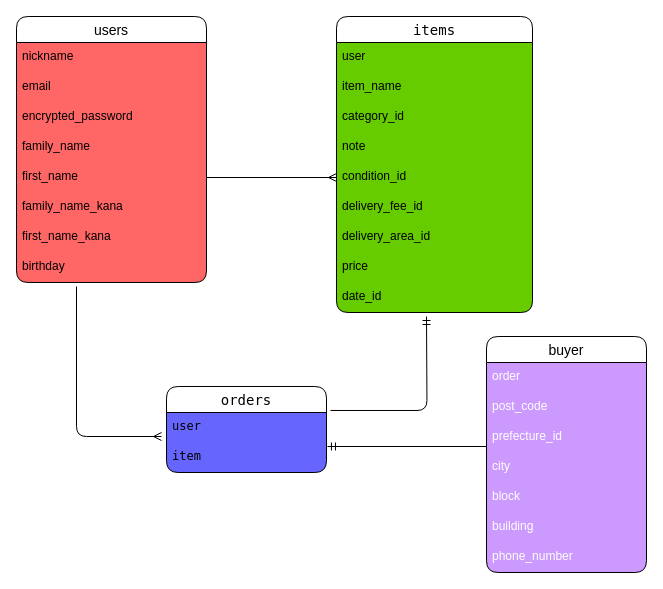
Above: furima.dio in watoco015/furima-39807 (draw.io), before the change. Source tidied: cells renumbered, new cells numbered last; positions are measured from the earlier drawing's top-left corner, leaving out a move shared by most shapes. Both pictures are drawn from the tidied source at 100%, with x=0, y=0 at pixel (16, 16).
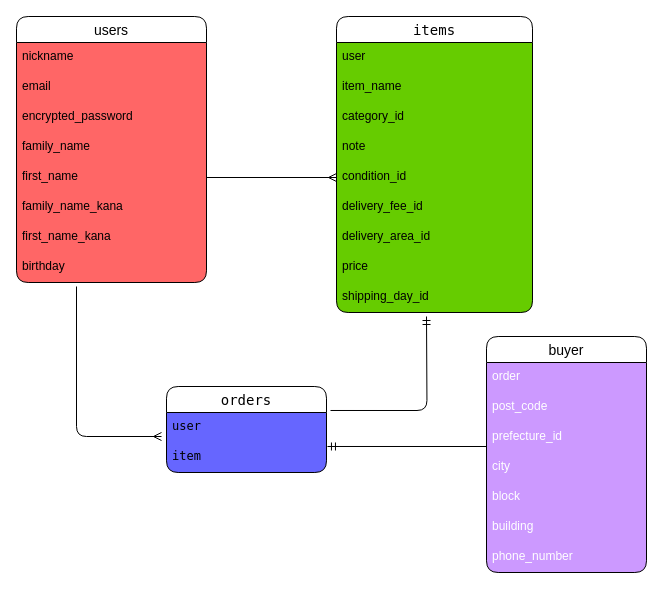
The same diagram, later.

Unchanged cells that the change refers to:
```xml
<mxCell id="11" value="items" style="swimlane;fontStyle=0;horizontal=1;startSize=26;align=center;fontSize=14;swimlaneFillColor=#66CC00;fontFamily=Lucida Console;rounded=1;labelBackgroundColor=default;" parent="1" vertex="1">
  <mxGeometry x="320" width="196" height="296" as="geometry" />
</mxCell>
```

Change to the diagram source:
```diff
@@
-    <mxCell id="20" value="date_id" style="text;strokeColor=none;fillColor=none;spacingLeft=4;spacingRight=4;overflow=hidden;fontSize=12;" parent="11" vertex="1">
+    <mxCell id="20" value="shipping_day_id" style="text;strokeColor=none;fillColor=none;spacingLeft=4;spacingRight=4;overflow=hidden;fontSize=12;" parent="11" vertex="1">
       <mxGeometry y="266" width="196" height="30" as="geometry" />
     </mxCell>
```
